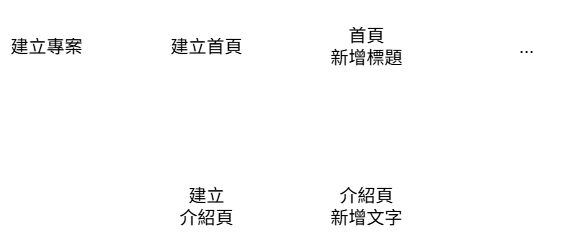
Before: images/parallel_seq.png, a diagram exported from draw.io (Li732375/git_note). Source tidied: cells renumbered, new cells last; positions are measured from the earlier drawing's top-left corner, leaving out a move shared by most shapes. Its diagram source:
```xml
<mxGraphModel>
  <root>
    <mxCell id="0" />
    <mxCell id="1" parent="0" />
    <mxCell id="2" style="edgeStyle=orthogonalEdgeStyle;shape=connector;rounded=0;jettySize=auto;html=1;exitX=1;exitY=0.5;exitDx=0;exitDy=0;entryX=0;entryY=0.5;entryDx=0;entryDy=0;strokeColor=light-dark(#FFFFFF,#FFFFFF);strokeWidth=4;align=center;verticalAlign=middle;fontFamily=Helvetica;fontSize=11;fontColor=default;labelBackgroundColor=default;endArrow=classic;" parent="1" edge="1" source="4" target="6">
      <mxGeometry relative="1" as="geometry" />
    </mxCell>
    <mxCell id="3" style="shape=connector;rounded=0;jettySize=auto;html=1;exitX=1;exitY=1;exitDx=0;exitDy=0;entryX=0;entryY=0;entryDx=0;entryDy=0;strokeColor=light-dark(#FFFFFF,#FFFFFF);strokeWidth=4;align=center;verticalAlign=middle;fontFamily=Helvetica;fontSize=11;fontColor=default;labelBackgroundColor=default;endArrow=classic;" parent="1" edge="1" source="4" target="10">
      <mxGeometry relative="1" as="geometry" />
    </mxCell>
    <mxCell id="4" value="&lt;font style=&quot;font-size: 18px; color: light-dark(rgb(0, 0, 0), rgb(255, 255, 255));&quot;&gt;建立專案&lt;/font&gt;" style="ellipse;whiteSpace=wrap;html=1;fontFamily=Helvetica;fontSize=11;fontColor=default;labelBackgroundColor=default;strokeWidth=2;strokeColor=light-dark(#FFFFFF,#FFFFFF);" parent="1" vertex="1">
      <mxGeometry width="90" height="90" as="geometry" />
    </mxCell>
    <mxCell id="5" style="edgeStyle=orthogonalEdgeStyle;shape=connector;rounded=0;jettySize=auto;html=1;exitX=1;exitY=0.5;exitDx=0;exitDy=0;entryX=0;entryY=0.5;entryDx=0;entryDy=0;strokeColor=light-dark(#FFFFFF,#FFFFFF);strokeWidth=4;align=center;verticalAlign=middle;fontFamily=Helvetica;fontSize=11;fontColor=default;labelBackgroundColor=default;endArrow=classic;" parent="1" edge="1" source="6" target="8">
      <mxGeometry relative="1" as="geometry" />
    </mxCell>
    <mxCell id="6" value="&lt;font style=&quot;font-size: 18px; color: light-dark(rgb(0, 0, 0), rgb(255, 255, 255));&quot;&gt;建立首頁&lt;/font&gt;" style="ellipse;whiteSpace=wrap;html=1;fontFamily=Helvetica;fontSize=11;fontColor=default;labelBackgroundColor=default;strokeWidth=2;strokeColor=light-dark(#FFFFFF,#FFFFFF);" parent="1" vertex="1">
      <mxGeometry x="160" width="90" height="90" as="geometry" />
    </mxCell>
    <mxCell id="7" style="edgeStyle=orthogonalEdgeStyle;shape=connector;rounded=0;jettySize=auto;html=1;exitX=1;exitY=0.5;exitDx=0;exitDy=0;entryX=0;entryY=0.5;entryDx=0;entryDy=0;strokeColor=light-dark(#FFFFFF,#FFFFFF);strokeWidth=4;align=center;verticalAlign=middle;fontFamily=Helvetica;fontSize=11;fontColor=default;labelBackgroundColor=default;endArrow=classic;" parent="1" edge="1" source="8" target="13">
      <mxGeometry relative="1" as="geometry" />
    </mxCell>
    <mxCell id="8" value="&lt;font style=&quot;font-size: 18px; color: light-dark(rgb(0, 0, 0), rgb(255, 255, 255));&quot;&gt;首頁&lt;/font&gt;&lt;div&gt;&lt;font style=&quot;font-size: 18px; color: light-dark(rgb(0, 0, 0), rgb(255, 255, 255));&quot;&gt;新增標題&lt;/font&gt;&lt;/div&gt;" style="ellipse;whiteSpace=wrap;html=1;fontFamily=Helvetica;fontSize=11;fontColor=default;labelBackgroundColor=default;strokeWidth=2;strokeColor=light-dark(#FFFFFF,#FFFFFF);" parent="1" vertex="1">
      <mxGeometry x="320" width="90" height="90" as="geometry" />
    </mxCell>
    <mxCell id="9" style="edgeStyle=orthogonalEdgeStyle;shape=connector;rounded=0;jettySize=auto;html=1;exitX=1;exitY=0.5;exitDx=0;exitDy=0;entryX=0;entryY=0.5;entryDx=0;entryDy=0;strokeColor=light-dark(#FFFFFF,#FFFFFF);strokeWidth=4;align=center;verticalAlign=middle;fontFamily=Helvetica;fontSize=11;fontColor=default;labelBackgroundColor=default;endArrow=classic;" parent="1" edge="1" source="10" target="12">
      <mxGeometry relative="1" as="geometry" />
    </mxCell>
    <mxCell id="10" value="&lt;span style=&quot;font-size: 18px;&quot;&gt;建立&lt;/span&gt;&lt;div&gt;&lt;span style=&quot;font-size: 18px;&quot;&gt;介紹頁&lt;/span&gt;&lt;/div&gt;" style="ellipse;whiteSpace=wrap;html=1;fontFamily=Helvetica;fontSize=11;fontColor=default;labelBackgroundColor=default;strokeWidth=2;strokeColor=light-dark(#FFFFFF,#FFFFFF);" parent="1" vertex="1">
      <mxGeometry x="160" y="160" width="90" height="90" as="geometry" />
    </mxCell>
    <mxCell id="11" style="shape=connector;rounded=0;jettySize=auto;html=1;exitX=1;exitY=0;exitDx=0;exitDy=0;entryX=0;entryY=1;entryDx=0;entryDy=0;strokeColor=light-dark(#FFFFFF,#FFFFFF);strokeWidth=4;align=center;verticalAlign=middle;fontFamily=Helvetica;fontSize=11;fontColor=default;labelBackgroundColor=default;endArrow=classic;" parent="1" edge="1" source="12" target="13">
      <mxGeometry relative="1" as="geometry" />
    </mxCell>
    <mxCell id="12" value="&lt;div&gt;&lt;span style=&quot;font-size: 18px;&quot;&gt;介紹頁&lt;/span&gt;&lt;/div&gt;&lt;div&gt;&lt;span style=&quot;font-size: 18px;&quot;&gt;新增文字&lt;/span&gt;&lt;/div&gt;" style="ellipse;whiteSpace=wrap;html=1;fontFamily=Helvetica;fontSize=11;fontColor=default;labelBackgroundColor=default;strokeWidth=2;strokeColor=light-dark(#FFFFFF,#FFFFFF);" parent="1" vertex="1">
      <mxGeometry x="320" y="160" width="90" height="90" as="geometry" />
    </mxCell>
    <mxCell id="13" value="&lt;span style=&quot;font-size: 18px;&quot;&gt;...&lt;/span&gt;" style="ellipse;whiteSpace=wrap;html=1;fontFamily=Helvetica;fontSize=11;fontColor=default;labelBackgroundColor=default;strokeWidth=2;strokeColor=light-dark(#FFFFFF,#FFFFFF);" parent="1" vertex="1">
      <mxGeometry x="480" width="90" height="90" as="geometry" />
    </mxCell>
  </root>
</mxGraphModel>
```
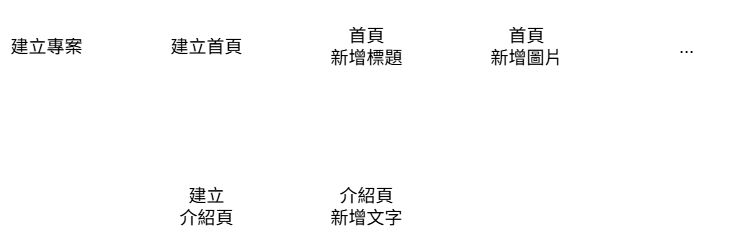
After the change.

Diff of the diagram source:
```diff
@@ -17,26 +17,32 @@
     <mxCell id="6" value="&lt;font style=&quot;font-size: 18px; color: light-dark(rgb(0, 0, 0), rgb(255, 255, 255));&quot;&gt;建立首頁&lt;/font&gt;" style="ellipse;whiteSpace=wrap;html=1;fontFamily=Helvetica;fontSize=11;fontColor=default;labelBackgroundColor=default;strokeWidth=2;strokeColor=light-dark(#FFFFFF,#FFFFFF);" parent="1" vertex="1">
       <mxGeometry x="160" width="90" height="90" as="geometry" />
     </mxCell>
-    <mxCell id="7" style="edgeStyle=orthogonalEdgeStyle;shape=connector;rounded=0;jettySize=auto;html=1;exitX=1;exitY=0.5;exitDx=0;exitDy=0;entryX=0;entryY=0.5;entryDx=0;entryDy=0;strokeColor=light-dark(#FFFFFF,#FFFFFF);strokeWidth=4;align=center;verticalAlign=middle;fontFamily=Helvetica;fontSize=11;fontColor=default;labelBackgroundColor=default;endArrow=classic;" parent="1" edge="1" source="8" target="13">
+    <mxCell id="7" style="edgeStyle=orthogonalEdgeStyle;shape=connector;rounded=0;jettySize=auto;html=1;exitX=1;exitY=0.5;exitDx=0;exitDy=0;entryX=0;entryY=0.5;entryDx=0;entryDy=0;strokeColor=light-dark(#FFFFFF,#FFFFFF);strokeWidth=4;align=center;verticalAlign=middle;fontFamily=Helvetica;fontSize=11;fontColor=default;labelBackgroundColor=default;endArrow=classic;" parent="1" edge="1" source="8" target="15">
       <mxGeometry relative="1" as="geometry" />
     </mxCell>
     <mxCell id="8" value="&lt;font style=&quot;font-size: 18px; color: light-dark(rgb(0, 0, 0), rgb(255, 255, 255));&quot;&gt;首頁&lt;/font&gt;&lt;div&gt;&lt;font style=&quot;font-size: 18px; color: light-dark(rgb(0, 0, 0), rgb(255, 255, 255));&quot;&gt;新增標題&lt;/font&gt;&lt;/div&gt;" style="ellipse;whiteSpace=wrap;html=1;fontFamily=Helvetica;fontSize=11;fontColor=default;labelBackgroundColor=default;strokeWidth=2;strokeColor=light-dark(#FFFFFF,#FFFFFF);" parent="1" vertex="1">
       <mxGeometry x="320" width="90" height="90" as="geometry" />
     </mxCell>
+    <mxCell id="14" style="edgeStyle=orthogonalEdgeStyle;shape=connector;rounded=0;jettySize=auto;html=1;exitX=1;exitY=0.5;exitDx=0;exitDy=0;entryX=0;entryY=0.5;entryDx=0;entryDy=0;strokeColor=light-dark(#FFFFFF,#FFFFFF);strokeWidth=4;align=center;verticalAlign=middle;fontFamily=Helvetica;fontSize=11;fontColor=default;labelBackgroundColor=default;endArrow=classic;" parent="1" edge="1" source="15" target="13">
+      <mxGeometry relative="1" as="geometry" />
+    </mxCell>
+    <mxCell id="15" value="&lt;font style=&quot;font-size: 18px; color: light-dark(rgb(0, 0, 0), rgb(255, 255, 255));&quot;&gt;首頁&lt;/font&gt;&lt;div&gt;&lt;font style=&quot;font-size: 18px; color: light-dark(rgb(0, 0, 0), rgb(255, 255, 255));&quot;&gt;新增圖片&lt;/font&gt;&lt;/div&gt;" style="ellipse;whiteSpace=wrap;html=1;fontFamily=Helvetica;fontSize=11;fontColor=default;labelBackgroundColor=default;strokeWidth=2;strokeColor=light-dark(#FFFFFF,#FFFFFF);" parent="1" vertex="1">
+      <mxGeometry x="480" width="90" height="90" as="geometry" />
+    </mxCell>
     <mxCell id="9" style="edgeStyle=orthogonalEdgeStyle;shape=connector;rounded=0;jettySize=auto;html=1;exitX=1;exitY=0.5;exitDx=0;exitDy=0;entryX=0;entryY=0.5;entryDx=0;entryDy=0;strokeColor=light-dark(#FFFFFF,#FFFFFF);strokeWidth=4;align=center;verticalAlign=middle;fontFamily=Helvetica;fontSize=11;fontColor=default;labelBackgroundColor=default;endArrow=classic;" parent="1" edge="1" source="10" target="12">
       <mxGeometry relative="1" as="geometry" />
     </mxCell>
     <mxCell id="10" value="&lt;span style=&quot;font-size: 18px;&quot;&gt;建立&lt;/span&gt;&lt;div&gt;&lt;span style=&quot;font-size: 18px;&quot;&gt;介紹頁&lt;/span&gt;&lt;/div&gt;" style="ellipse;whiteSpace=wrap;html=1;fontFamily=Helvetica;fontSize=11;fontColor=default;labelBackgroundColor=default;strokeWidth=2;strokeColor=light-dark(#FFFFFF,#FFFFFF);" parent="1" vertex="1">
       <mxGeometry x="160" y="160" width="90" height="90" as="geometry" />
     </mxCell>
-    <mxCell id="11" style="shape=connector;rounded=0;jettySize=auto;html=1;exitX=1;exitY=0;exitDx=0;exitDy=0;entryX=0;entryY=1;entryDx=0;entryDy=0;strokeColor=light-dark(#FFFFFF,#FFFFFF);strokeWidth=4;align=center;verticalAlign=middle;fontFamily=Helvetica;fontSize=11;fontColor=default;labelBackgroundColor=default;endArrow=classic;" parent="1" edge="1" source="12" target="13">
+    <mxCell id="11" style="shape=connector;rounded=0;jettySize=auto;html=1;exitX=1;exitY=0.5;exitDx=0;exitDy=0;entryX=0;entryY=1;entryDx=0;entryDy=0;strokeColor=light-dark(#FFFFFF,#FFFFFF);strokeWidth=4;align=center;verticalAlign=middle;fontFamily=Helvetica;fontSize=11;fontColor=default;labelBackgroundColor=default;endArrow=classic;" parent="1" edge="1" source="12" target="13">
       <mxGeometry relative="1" as="geometry" />
     </mxCell>
     <mxCell id="12" value="&lt;div&gt;&lt;span style=&quot;font-size: 18px;&quot;&gt;介紹頁&lt;/span&gt;&lt;/div&gt;&lt;div&gt;&lt;span style=&quot;font-size: 18px;&quot;&gt;新增文字&lt;/span&gt;&lt;/div&gt;" style="ellipse;whiteSpace=wrap;html=1;fontFamily=Helvetica;fontSize=11;fontColor=default;labelBackgroundColor=default;strokeWidth=2;strokeColor=light-dark(#FFFFFF,#FFFFFF);" parent="1" vertex="1">
       <mxGeometry x="320" y="160" width="90" height="90" as="geometry" />
     </mxCell>
     <mxCell id="13" value="&lt;span style=&quot;font-size: 18px;&quot;&gt;...&lt;/span&gt;" style="ellipse;whiteSpace=wrap;html=1;fontFamily=Helvetica;fontSize=11;fontColor=default;labelBackgroundColor=default;strokeWidth=2;strokeColor=light-dark(#FFFFFF,#FFFFFF);" parent="1" vertex="1">
-      <mxGeometry x="480" width="90" height="90" as="geometry" />
+      <mxGeometry x="640" width="90" height="90" as="geometry" />
     </mxCell>
   </root>
 </mxGraphModel>
```
